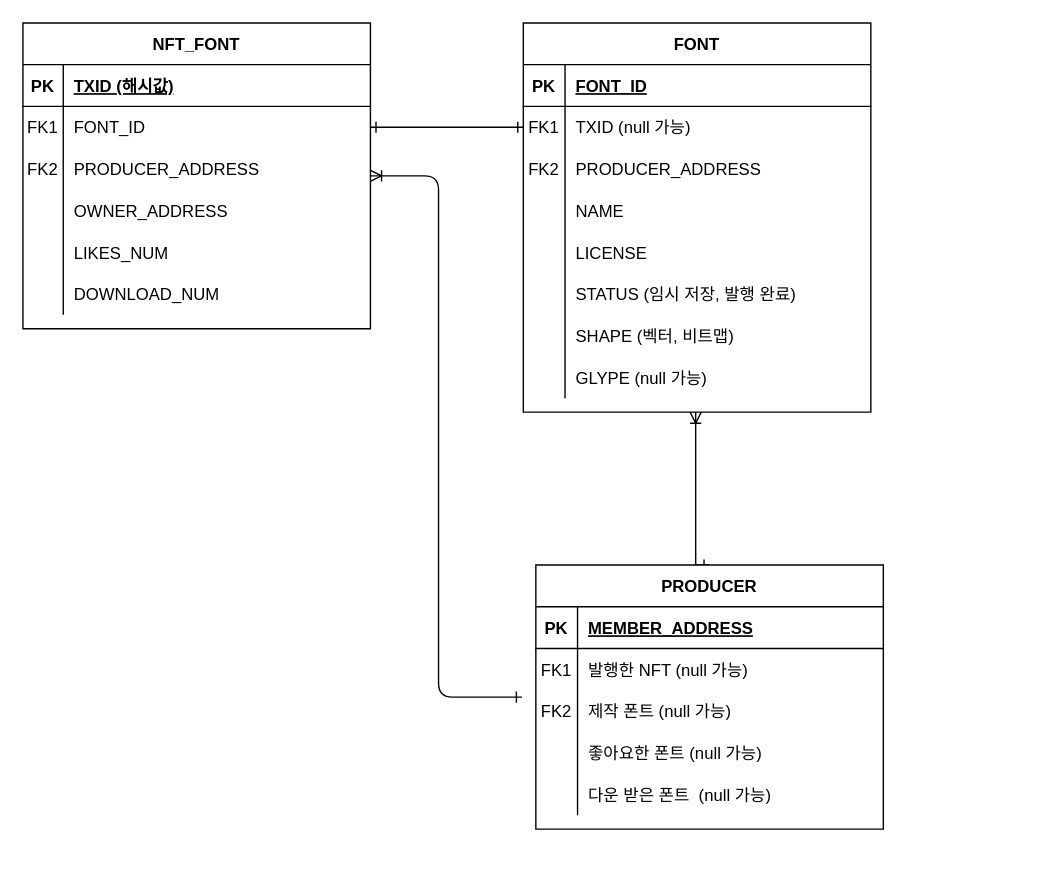
Before: nft-font.drawio in seminss/chambit-practice, a draw.io diagram. Source tidied: cells renumbered, new cells numbered last; positions are measured from the earlier drawing's top-left corner, leaving out a move shared by most shapes. Both pictures are drawn from the tidied source at 139%, with x=0, y=0 at pixel (22, 22).
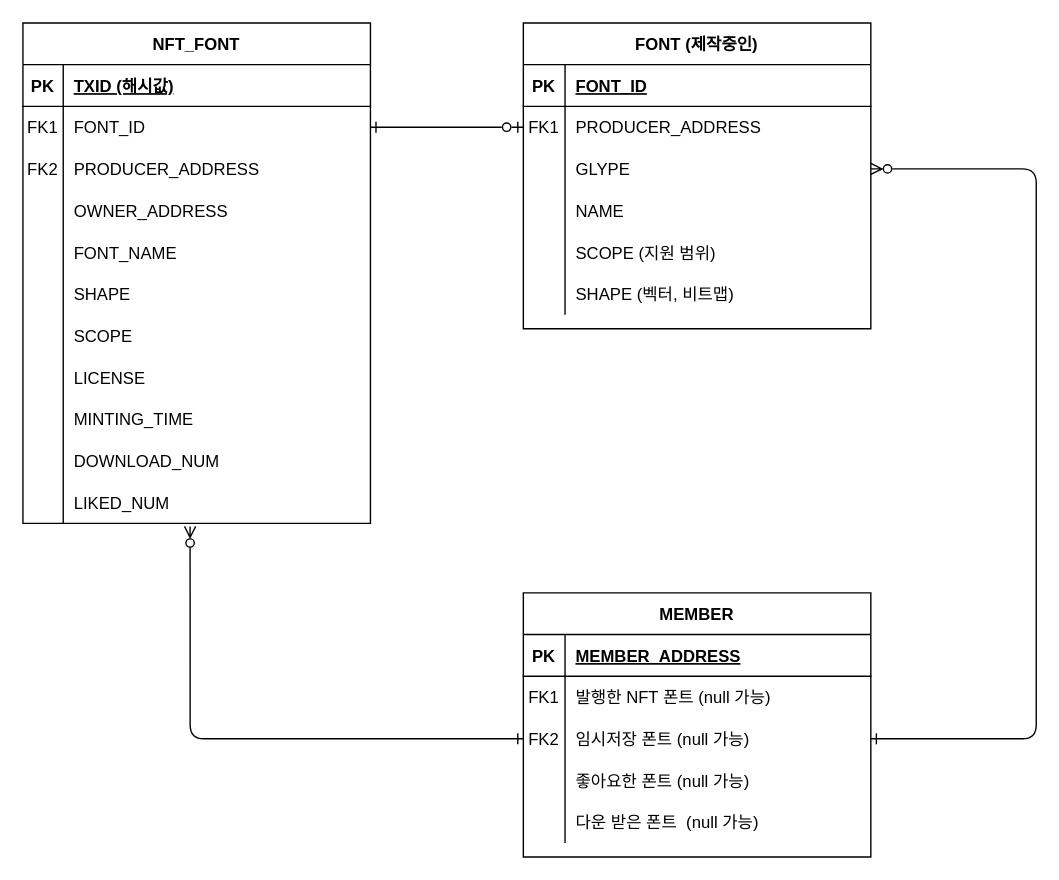
The same page after the edit.

Unchanged cells that the change refers to:
```xml
<mxCell id="8" style="shape=partialRectangle;fillColor=none;points=[[0,0.5],[1,0.5]];portConstraint=eastwest;top=0;left=0;right=0;bottom=0;" parent="4" vertex="1">
  <mxGeometry y="60" width="250" height="30" as="geometry" />
</mxCell>
<mxCell id="11" style="shape=partialRectangle;fillColor=none;points=[[0,0.5],[1,0.5]];portConstraint=eastwest;top=0;left=0;right=0;bottom=0;" parent="4" vertex="1">
  <mxGeometry y="90" width="250" height="30" as="geometry" />
</mxCell>
<mxCell id="33" style="shape=partialRectangle;fillColor=none;top=0;left=0;right=0;bottom=0;" parent="29" vertex="1">
  <mxGeometry y="60" width="250" height="30" as="geometry" />
</mxCell>
<mxCell id="36" style="shape=partialRectangle;fillColor=none;points=[[0,0.5],[1,0.5]];portConstraint=eastwest;top=0;left=0;right=0;bottom=0;" parent="29" vertex="1">
  <mxGeometry y="90" width="250" height="30" as="geometry" />
</mxCell>
<mxCell id="50" style="shape=partialRectangle;fillColor=none;points=[[0,0.5],[1,0.5]];portConstraint=eastwest;top=0;left=0;right=0;bottom=0;" parent="46" vertex="1">
  <mxGeometry y="60" width="250" height="30" as="geometry" />
</mxCell>
<mxCell id="59" style="shape=partialRectangle;fillColor=none;top=0;left=0;right=0;bottom=0;" parent="46" vertex="1">
  <mxGeometry y="150" width="250" height="30" as="geometry" />
</mxCell>
<mxCell id="62" style="shape=partialRectangle;fillColor=none;top=0;left=0;right=0;bottom=0;" parent="46" vertex="1">
  <mxGeometry y="180" width="250" height="30" as="geometry" />
</mxCell>
```

The edit, as a diff of the source:
```diff
@@
-    <mxCell id="2" style="edgeStyle=entityRelationEdgeStyle;endArrow=ERone;startArrow=ERone;endFill=0;startFill=0;rounded=1;exitX=1;exitY=0.5;exitDx=0;exitDy=0;" parent="1" edge="1" source="50" target="8">
+    <mxCell id="2" style="edgeStyle=entityRelationEdgeStyle;endArrow=ERzeroToOne;startArrow=ERone;endFill=0;startFill=0;rounded=1;exitX=1;exitY=0.5;exitDx=0;exitDy=0;" parent="1" edge="1" source="50" target="8">
       <mxGeometry relative="1" as="geometry" />
     </mxCell>
-    <mxCell id="3" style="edgeStyle=orthogonalEdgeStyle;rounded=0;jettySize=auto;html=1;entryX=0.5;entryY=0;entryDx=0;entryDy=0;startArrow=ERoneToMany;startFill=0;endArrow=ERone;endFill=0;" parent="1" edge="1" source="4" target="29">
-      <mxGeometry relative="1" as="geometry">
-        <Array as="points">
-          <mxPoint x="484" y="310" />
-          <mxPoint x="484" y="310" />
-        </Array>
-      </mxGeometry>
-    </mxCell>
-    <mxCell id="4" value="FONT" style="shape=table;startSize=30;childLayout=tableLayout;rowLines=0;fontStyle=1;align=center;" parent="1" vertex="1">
-      <mxGeometry x="360" width="250" height="280" as="geometry" />
+    <mxCell id="4" value="FONT (제작중인)" style="shape=table;startSize=30;childLayout=tableLayout;rowLines=0;fontStyle=1;align=center;" parent="1" vertex="1">
+      <mxGeometry x="360" width="250" height="220" as="geometry" />
     </mxCell>
@@
-    <mxCell id="10" value="TXID (null 가능)" style="shape=partialRectangle;overflow=hidden;fillColor=none;top=0;left=0;bottom=0;right=0;align=left;spacingLeft=6;" parent="8" vertex="1">
+    <mxCell id="10" value="PRODUCER_ADDRESS" style="shape=partialRectangle;overflow=hidden;fillColor=none;top=0;left=0;bottom=0;right=0;align=left;spacingLeft=6;" parent="8" vertex="1">
       <mxGeometry x="30" width="220" height="30" as="geometry" />
     </mxCell>
@@
-    <mxCell id="12" value="FK2" style="shape=partialRectangle;overflow=hidden;fillColor=none;top=0;left=0;bottom=0;right=0;" parent="11" vertex="1">
+    <mxCell id="12" style="shape=partialRectangle;overflow=hidden;fillColor=none;top=0;left=0;bottom=0;right=0;" parent="11" vertex="1">
       <mxGeometry width="30" height="30" as="geometry" />
     </mxCell>
-    <mxCell id="13" value="PRODUCER_ADDRESS" style="shape=partialRectangle;overflow=hidden;fillColor=none;top=0;left=0;bottom=0;right=0;align=left;spacingLeft=6;" parent="11" vertex="1">
+    <mxCell id="13" value="GLYPE" style="shape=partialRectangle;overflow=hidden;fillColor=none;top=0;left=0;bottom=0;right=0;align=left;spacingLeft=6;" parent="11" vertex="1">
       <mxGeometry x="30" width="220" height="30" as="geometry" />
     </mxCell>
@@
-    <mxCell id="17" style="shape=partialRectangle;fillColor=none;top=0;left=0;right=0;bottom=0;" parent="4" vertex="1">
-      <mxGeometry y="150" width="250" height="30" as="geometry" />
-    </mxCell>
-    <mxCell id="18" style="shape=partialRectangle;overflow=hidden;fillColor=none;top=0;left=0;bottom=0;right=0;" parent="17" vertex="1">
-      <mxGeometry width="30" height="30" as="geometry" />
-    </mxCell>
-    <mxCell id="19" value="LICENSE" style="shape=partialRectangle;overflow=hidden;fillColor=none;top=0;left=0;bottom=0;right=0;align=left;spacingLeft=6;" parent="17" vertex="1">
-      <mxGeometry x="30" width="220" height="30" as="geometry" />
-    </mxCell>
     <mxCell id="20" style="shape=partialRectangle;fillColor=none;top=0;left=0;right=0;bottom=0;" parent="4" vertex="1">
-      <mxGeometry y="180" width="250" height="30" as="geometry" />
+      <mxGeometry y="150" width="250" height="30" as="geometry" />
     </mxCell>
@@
-    <mxCell id="22" value="STATUS (임시 저장, 발행 완료)" style="shape=partialRectangle;overflow=hidden;fillColor=none;top=0;left=0;bottom=0;right=0;align=left;spacingLeft=6;" parent="20" vertex="1">
+    <mxCell id="22" value="SCOPE (지원 범위)" style="shape=partialRectangle;overflow=hidden;fillColor=none;top=0;left=0;bottom=0;right=0;align=left;spacingLeft=6;" parent="20" vertex="1">
       <mxGeometry x="30" width="220" height="30" as="geometry" />
     </mxCell>
     <mxCell id="23" style="shape=partialRectangle;fillColor=none;top=0;left=0;right=0;bottom=0;" parent="4" vertex="1">
-      <mxGeometry y="210" width="250" height="30" as="geometry" />
+      <mxGeometry y="180" width="250" height="30" as="geometry" />
     </mxCell>
@@
-    <mxCell id="26" style="shape=partialRectangle;fillColor=none;top=0;left=0;right=0;bottom=0;" parent="4" vertex="1">
-      <mxGeometry y="240" width="250" height="30" as="geometry" />
-    </mxCell>
-    <mxCell id="27" style="shape=partialRectangle;overflow=hidden;fillColor=none;top=0;left=0;bottom=0;right=0;" parent="26" vertex="1">
-      <mxGeometry width="30" height="30" as="geometry" />
-    </mxCell>
-    <mxCell id="28" value="GLYPE (null 가능)" style="shape=partialRectangle;overflow=hidden;fillColor=none;top=0;left=0;bottom=0;right=0;align=left;spacingLeft=6;" parent="26" vertex="1">
-      <mxGeometry x="30" width="220" height="30" as="geometry" />
-    </mxCell>
-    <mxCell id="29" value="PRODUCER" style="shape=table;startSize=30;childLayout=tableLayout;rowLines=0;fontStyle=1;align=center;" parent="1" vertex="1">
-      <mxGeometry x="369" y="390" width="250" height="190" as="geometry" />
+    <mxCell id="29" value="MEMBER" style="shape=table;startSize=30;childLayout=tableLayout;rowLines=0;fontStyle=1;align=center;" parent="1" vertex="1">
+      <mxGeometry x="360" y="410" width="250" height="190" as="geometry" />
     </mxCell>
@@
-    <mxCell id="35" value="발행한 NFT (null 가능)" style="shape=partialRectangle;overflow=hidden;fillColor=none;top=0;left=0;bottom=0;right=0;align=left;spacingLeft=6;" parent="33" vertex="1">
+    <mxCell id="35" value="발행한 NFT 폰트 (null 가능)" style="shape=partialRectangle;overflow=hidden;fillColor=none;top=0;left=0;bottom=0;right=0;align=left;spacingLeft=6;" parent="33" vertex="1">
       <mxGeometry x="30" width="220" height="30" as="geometry" />
     </mxCell>
@@
-    <mxCell id="38" value="제작 폰트 (null 가능)" style="shape=partialRectangle;overflow=hidden;fillColor=none;top=0;left=0;bottom=0;right=0;align=left;spacingLeft=6;" parent="36" vertex="1">
+    <mxCell id="38" value="임시저장 폰트 (null 가능)" style="shape=partialRectangle;overflow=hidden;fillColor=none;top=0;left=0;bottom=0;right=0;align=left;spacingLeft=6;" parent="36" vertex="1">
       <mxGeometry x="30" width="220" height="30" as="geometry" />
     </mxCell>
@@
-    <mxCell id="45" style="edgeStyle=orthogonalEdgeStyle;rounded=1;jettySize=auto;html=1;entryX=0;entryY=0.5;entryDx=0;entryDy=0;startArrow=ERoneToMany;startFill=0;endArrow=ERone;endFill=0;" parent="1" edge="1" source="46">
-      <mxGeometry relative="1" as="geometry">
-        <mxPoint x="359" y="485" as="targetPoint" />
-        <Array as="points">
-          <mxPoint x="299" y="110" />
-          <mxPoint x="299" y="485" />
-        </Array>
-      </mxGeometry>
-    </mxCell>
     <mxCell id="46" value="NFT_FONT" style="shape=table;startSize=30;childLayout=tableLayout;rowLines=0;fontStyle=1;align=center;" parent="1" vertex="1">
-      <mxGeometry width="250" height="220" as="geometry" />
+      <mxGeometry width="250" height="360" as="geometry" />
     </mxCell>
@@
-    <mxCell id="61" value="LIKES_NUM" style="shape=partialRectangle;overflow=hidden;fillColor=none;top=0;left=0;bottom=0;right=0;align=left;spacingLeft=6;" parent="59" vertex="1">
+    <mxCell id="61" value="FONT_NAME" style="shape=partialRectangle;overflow=hidden;fillColor=none;top=0;left=0;bottom=0;right=0;align=left;spacingLeft=6;" parent="59" vertex="1">
       <mxGeometry x="29" width="221" height="30" as="geometry" />
     </mxCell>
@@
-    <mxCell id="64" value="DOWNLOAD_NUM" style="shape=partialRectangle;overflow=hidden;fillColor=none;top=0;left=0;bottom=0;right=0;align=left;spacingLeft=6;" parent="62" vertex="1">
+    <mxCell id="64" value="SHAPE" style="shape=partialRectangle;overflow=hidden;fillColor=none;top=0;left=0;bottom=0;right=0;align=left;spacingLeft=6;" parent="62" vertex="1">
       <mxGeometry x="29" width="221" height="30" as="geometry" />
     </mxCell>
+    <mxCell id="65" style="shape=partialRectangle;fillColor=none;top=0;left=0;right=0;bottom=0;" parent="46" vertex="1">
+      <mxGeometry y="210" width="250" height="30" as="geometry" />
+    </mxCell>
+    <mxCell id="66" style="shape=partialRectangle;overflow=hidden;fillColor=none;top=0;left=0;bottom=0;right=0;" parent="65" vertex="1">
+      <mxGeometry width="29" height="30" as="geometry" />
+    </mxCell>
+    <mxCell id="67" value="SCOPE" style="shape=partialRectangle;overflow=hidden;fillColor=none;top=0;left=0;bottom=0;right=0;align=left;spacingLeft=6;" parent="65" vertex="1">
+      <mxGeometry x="29" width="221" height="30" as="geometry" />
+    </mxCell>
+    <mxCell id="26" style="shape=partialRectangle;fillColor=none;top=0;left=0;right=0;bottom=0;" parent="46" vertex="1">
+      <mxGeometry y="240" width="250" height="30" as="geometry" />
+    </mxCell>
+    <mxCell id="68" style="shape=partialRectangle;overflow=hidden;fillColor=none;top=0;left=0;bottom=0;right=0;" parent="26" vertex="1">
+      <mxGeometry width="29" height="30" as="geometry" />
+    </mxCell>
+    <mxCell id="19" value="LICENSE" style="shape=partialRectangle;overflow=hidden;fillColor=none;top=0;left=0;bottom=0;right=0;align=left;spacingLeft=6;" parent="26" vertex="1">
+      <mxGeometry x="29" width="221" height="30" as="geometry" />
+    </mxCell>
+    <mxCell id="69" style="shape=partialRectangle;fillColor=none;top=0;left=0;right=0;bottom=0;" parent="46" vertex="1">
+      <mxGeometry y="270" width="250" height="30" as="geometry" />
+    </mxCell>
+    <mxCell id="70" style="shape=partialRectangle;overflow=hidden;fillColor=none;top=0;left=0;bottom=0;right=0;" parent="69" vertex="1">
+      <mxGeometry width="29" height="30" as="geometry" />
+    </mxCell>
+    <mxCell id="71" value="MINTING_TIME" style="shape=partialRectangle;overflow=hidden;fillColor=none;top=0;left=0;bottom=0;right=0;align=left;spacingLeft=6;" parent="69" vertex="1">
+      <mxGeometry x="29" width="221" height="30" as="geometry" />
+    </mxCell>
+    <mxCell id="72" style="shape=partialRectangle;fillColor=none;top=0;left=0;right=0;bottom=0;" parent="46" vertex="1">
+      <mxGeometry y="300" width="250" height="30" as="geometry" />
+    </mxCell>
+    <mxCell id="73" style="shape=partialRectangle;overflow=hidden;fillColor=none;top=0;left=0;bottom=0;right=0;" parent="72" vertex="1">
+      <mxGeometry width="29" height="30" as="geometry" />
+    </mxCell>
+    <mxCell id="74" value="DOWNLOAD_NUM" style="shape=partialRectangle;overflow=hidden;fillColor=none;top=0;left=0;bottom=0;right=0;align=left;spacingLeft=6;" parent="72" vertex="1">
+      <mxGeometry x="29" width="221" height="30" as="geometry" />
+    </mxCell>
+    <mxCell id="75" style="shape=partialRectangle;fillColor=none;points=[[0,0.5],[1,0.5]];portConstraint=eastwest;top=0;left=0;right=0;bottom=0;" parent="46" vertex="1">
+      <mxGeometry y="330" width="250" height="30" as="geometry" />
+    </mxCell>
+    <mxCell id="76" style="shape=partialRectangle;overflow=hidden;fillColor=none;top=0;left=0;bottom=0;right=0;" parent="75" vertex="1">
+      <mxGeometry width="29" height="30" as="geometry" />
+    </mxCell>
+    <mxCell id="77" value="LIKED_NUM" style="shape=partialRectangle;overflow=hidden;fillColor=none;top=0;left=0;bottom=0;right=0;align=left;spacingLeft=6;" parent="75" vertex="1">
+      <mxGeometry x="29" width="221" height="30" as="geometry" />
+    </mxCell>
+    <mxCell id="78" style="edgeStyle=orthogonalEdgeStyle;rounded=1;jettySize=auto;html=1;exitX=0;exitY=0.5;exitDx=0;exitDy=0;entryX=0.481;entryY=1.073;entryDx=0;entryDy=0;entryPerimeter=0;startArrow=ERone;startFill=0;endArrow=ERzeroToMany;endFill=0;" parent="1" edge="1" source="36" target="75">
+      <mxGeometry relative="1" as="geometry">
+        <Array as="points">
+          <mxPoint x="120" y="515" />
+        </Array>
+      </mxGeometry>
+    </mxCell>
+    <mxCell id="79" style="edgeStyle=orthogonalEdgeStyle;rounded=1;jettySize=auto;html=1;exitX=1;exitY=0.5;exitDx=0;exitDy=0;entryX=1;entryY=0.5;entryDx=0;entryDy=0;startArrow=ERone;startFill=0;endArrow=ERzeroToMany;endFill=0;" parent="1" edge="1" source="36" target="11">
+      <mxGeometry relative="1" as="geometry">
+        <Array as="points">
+          <mxPoint x="729" y="515" />
+          <mxPoint x="729" y="105" />
+        </Array>
+      </mxGeometry>
+    </mxCell>
```
